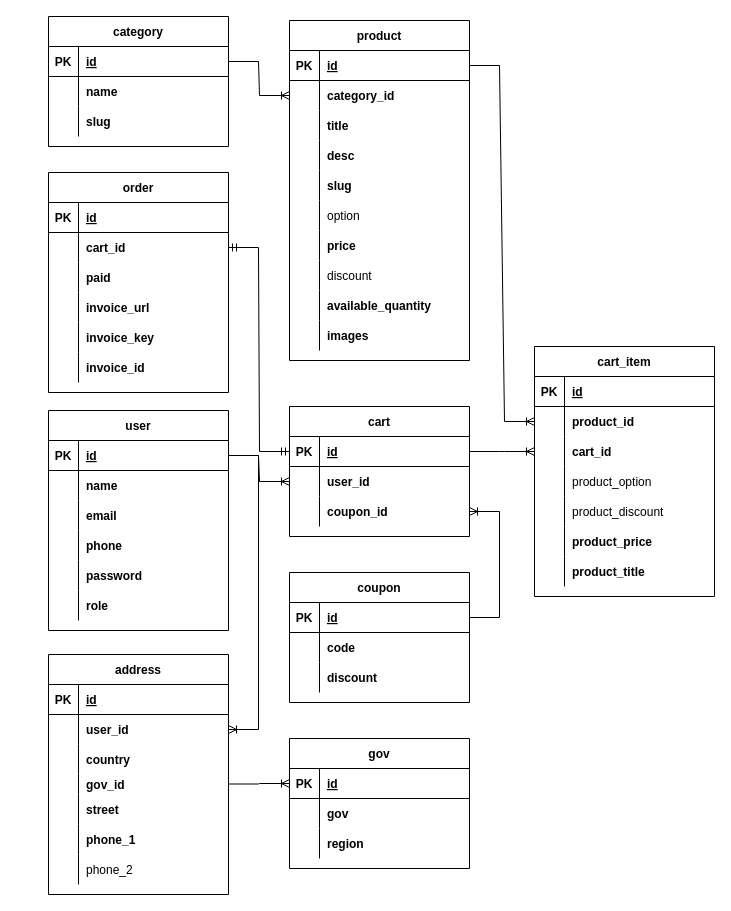
Earlier version of the draw.io diagram Untitled Diagram.drawio (andrew-atef/andrew-atef). Source tidied: cells renumbered, new cells numbered last; positions are measured from the earlier drawing's top-left corner, leaving out a move shared by most shapes. Both pictures are drawn from the tidied source at 100%, with x=0, y=0 at pixel (48, 16).
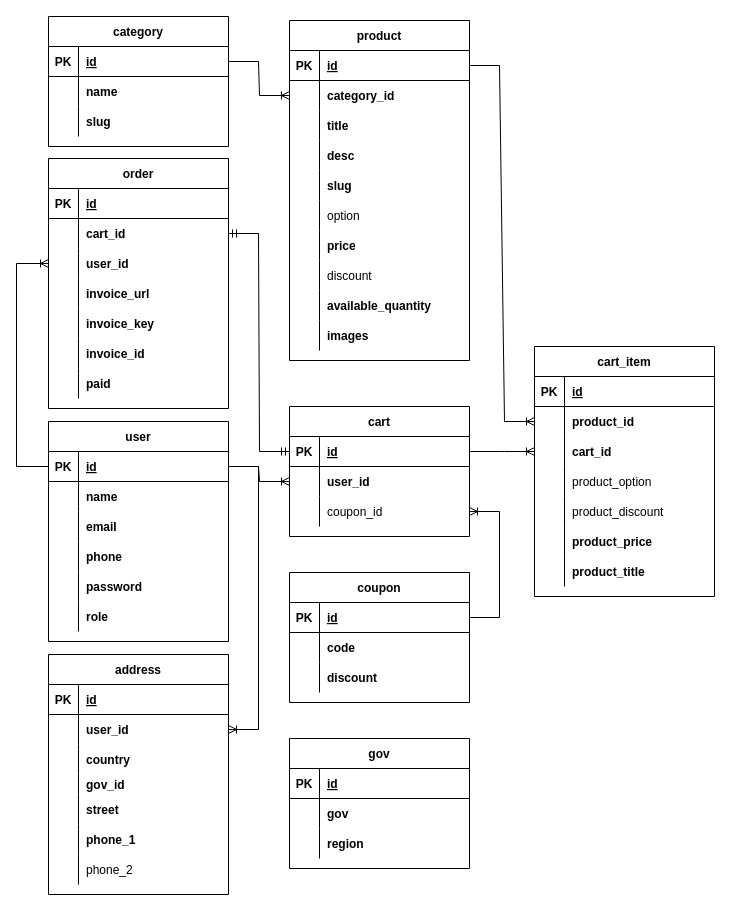
The same diagram, later.

The change refers to these unchanged cells:
```xml
<mxCell id="3" style="shape=tableRow;horizontal=0;startSize=0;swimlaneHead=0;swimlaneBody=0;fillColor=none;points=[[0,0.5],[1,0.5]];portConstraint=eastwest;top=0;left=0;right=0;bottom=1;" parent="2" vertex="1">
  <mxGeometry y="30" width="180" height="30" as="geometry" />
</mxCell>
<mxCell id="31" style="shape=tableRow;horizontal=0;startSize=0;swimlaneHead=0;swimlaneBody=0;fillColor=none;points=[[0,0.5],[1,0.5]];portConstraint=eastwest;top=0;left=0;right=0;bottom=0;" parent="21" vertex="1">
  <mxGeometry y="119" width="180" height="21" as="geometry" />
</mxCell>
<mxCell id="82" style="shape=tableRow;horizontal=0;startSize=0;swimlaneHead=0;swimlaneBody=0;fillColor=none;points=[[0,0.5],[1,0.5]];portConstraint=eastwest;top=0;left=0;right=0;bottom=0;" parent="75" vertex="1">
  <mxGeometry y="90" width="180" height="30" as="geometry" />
</mxCell>
<mxCell id="139" style="shape=tableRow;horizontal=0;startSize=0;swimlaneHead=0;swimlaneBody=0;fillColor=none;points=[[0,0.5],[1,0.5]];portConstraint=eastwest;top=0;left=0;right=0;bottom=0;" parent="132" vertex="1">
  <mxGeometry y="90" width="180" height="30" as="geometry" />
</mxCell>
<mxCell id="153" style="shape=tableRow;horizontal=0;startSize=0;swimlaneHead=0;swimlaneBody=0;fillColor=none;points=[[0,0.5],[1,0.5]];portConstraint=eastwest;top=0;left=0;right=0;bottom=1;" parent="152" vertex="1">
  <mxGeometry y="30" width="180" height="30" as="geometry" />
</mxCell>
```

The edit, as a diff of the source:
```diff
@@
     <mxCell id="2" value="user" style="shape=table;startSize=30;childLayout=tableLayout;rowLines=0;fontStyle=1;align=center;" parent="1" vertex="1">
-      <mxGeometry y="394" width="180" height="220" as="geometry" />
+      <mxGeometry y="405" width="180" height="220" as="geometry" />
     </mxCell>
@@
-    <mxCell id="84" value="coupon_id" style="shape=partialRectangle;fillColor=none;top=0;left=0;bottom=0;right=0;align=left;spacingLeft=6;overflow=hidden;fontStyle=1;" parent="82" vertex="1">
+    <mxCell id="84" value="coupon_id" style="shape=partialRectangle;fillColor=none;top=0;left=0;bottom=0;right=0;align=left;spacingLeft=6;overflow=hidden;fontStyle=0;" parent="82" vertex="1">
       <mxGeometry x="30" width="150" height="30" as="geometry" />
     </mxCell>
@@
     <mxCell id="132" value="order" style="shape=table;startSize=30;childLayout=tableLayout;rowLines=0;fontStyle=1;align=center;" parent="1" vertex="1">
-      <mxGeometry y="156" width="180" height="220" as="geometry" />
+      <mxGeometry y="142" width="180" height="250" as="geometry" />
     </mxCell>
@@
-    <mxCell id="141" value="paid" style="shape=partialRectangle;fillColor=none;top=0;left=0;bottom=0;right=0;align=left;spacingLeft=6;overflow=hidden;fontStyle=1;" parent="139" vertex="1">
+    <mxCell id="141" value="user_id" style="shape=partialRectangle;fillColor=none;top=0;left=0;bottom=0;right=0;align=left;spacingLeft=6;overflow=hidden;fontStyle=1;" parent="139" vertex="1">
       <mxGeometry x="30" width="150" height="30" as="geometry" />
     </mxCell>
@@
+    <mxCell id="163" style="shape=tableRow;horizontal=0;startSize=0;swimlaneHead=0;swimlaneBody=0;fillColor=none;top=0;left=0;right=0;bottom=0;" parent="132" vertex="1">
+      <mxGeometry y="210" width="180" height="30" as="geometry" />
+    </mxCell>
+    <mxCell id="164" style="shape=partialRectangle;fillColor=none;top=0;left=0;bottom=0;right=0;overflow=hidden;" parent="163" vertex="1">
+      <mxGeometry width="30" height="30" as="geometry" />
+    </mxCell>
+    <mxCell id="165" value="paid" style="shape=partialRectangle;fillColor=none;top=0;left=0;bottom=0;right=0;align=left;spacingLeft=6;overflow=hidden;fontStyle=1;" parent="163" vertex="1">
+      <mxGeometry x="30" width="150" height="30" as="geometry" />
+    </mxCell>
@@
-    <mxCell id="162" style="edgeStyle=entityRelationEdgeStyle;fontSize=12;html=1;endArrow=ERoneToMany;rounded=0;exitX=1;exitY=0.5;exitDx=0;exitDy=0;entryX=0;entryY=0.5;entryDx=0;entryDy=0;" parent="1" edge="1" source="31" target="153">
-      <mxGeometry relative="1" as="geometry" />
-    </mxCell>
+    <mxCell id="166" style="edgeStyle=elbowEdgeStyle;fontSize=12;html=1;endArrow=ERoneToMany;rounded=0;exitX=0;exitY=0.5;exitDx=0;exitDy=0;entryX=0;entryY=0.5;entryDx=0;entryDy=0;" parent="1" edge="1" source="3" target="139">
+      <mxGeometry relative="1" as="geometry">
+        <Array as="points">
+          <mxPoint x="-32" y="350" />
+        </Array>
+      </mxGeometry>
+    </mxCell>
```
